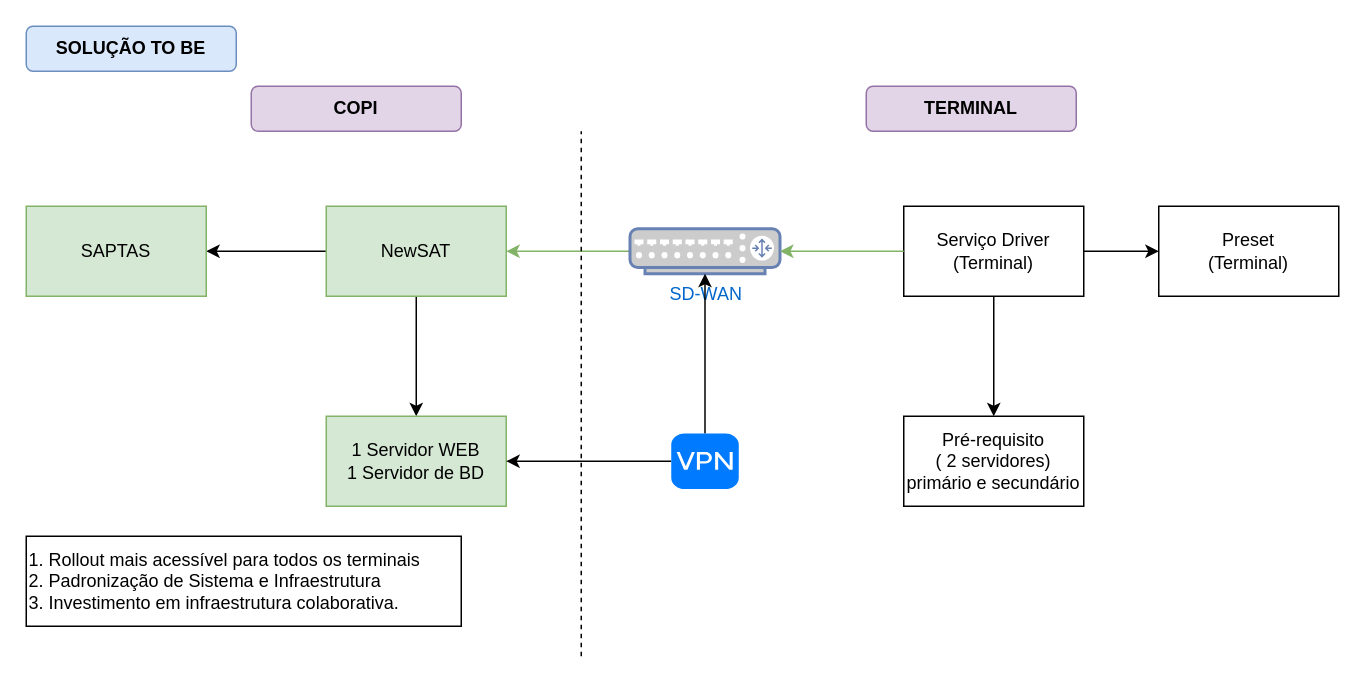
Earlier version of the draw.io diagram page "TO BE" (2 of 2) of NewSAT Show.drawio (anlugifa/drawio). Source tidied: cells renumbered, new cells numbered last; positions are measured from the earlier drawing's top-left corner, leaving out a move shared by most shapes. Both pictures are drawn from the tidied source at 150%, with x=0, y=0 at pixel (26, 26).
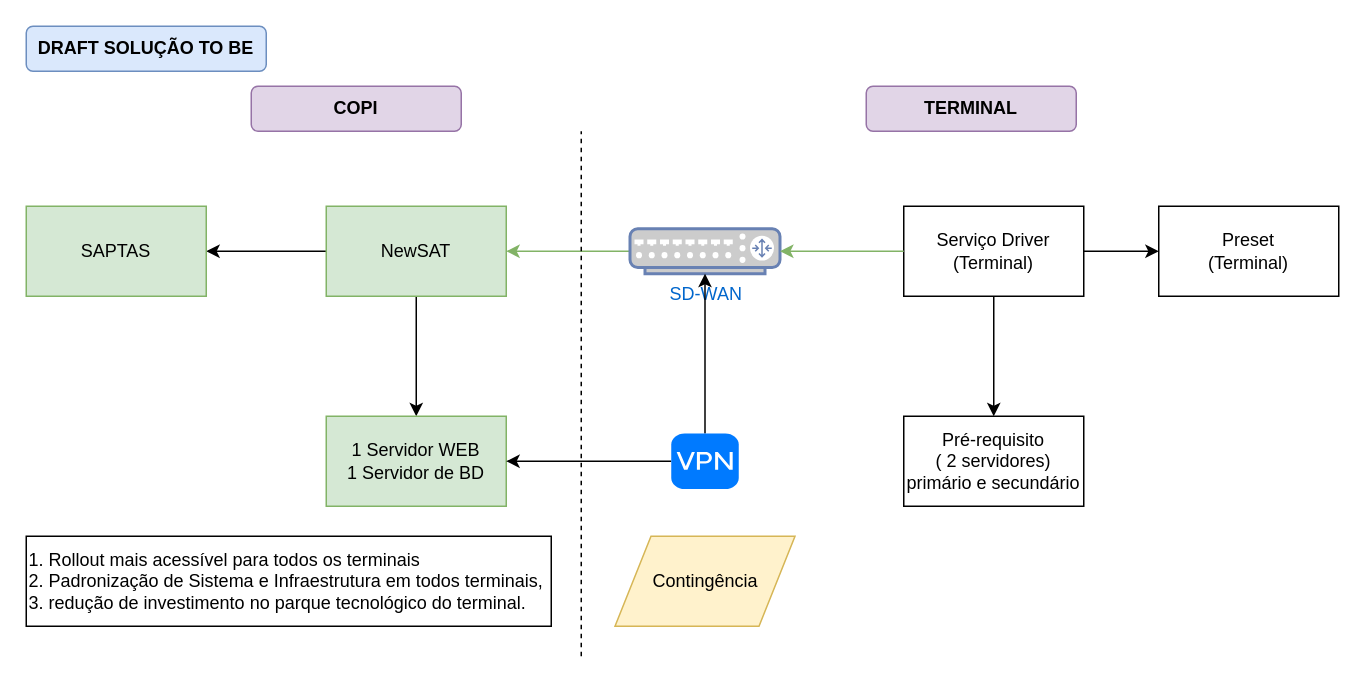
The same diagram, later.

The edit, as a diff of the source:
```diff
@@
-    <mxCell id="13" value="SOLUÇÃO TO BE" style="rounded=1;whiteSpace=wrap;html=1;fillColor=#dae8fc;strokeColor=#6c8ebf;fontStyle=1;" parent="1" vertex="1">
-      <mxGeometry width="140" height="30" as="geometry" />
+    <mxCell id="13" value="DRAFT SOLUÇÃO TO BE" style="rounded=1;whiteSpace=wrap;html=1;fillColor=#dae8fc;strokeColor=#6c8ebf;fontStyle=1;" parent="1" vertex="1">
+      <mxGeometry width="160" height="30" as="geometry" />
     </mxCell>
-    <mxCell id="14" value="1. Rollout mais acessível para todos os terminais&lt;br&gt;2. Padronização de Sistema e Infraestrutura&lt;br&gt;3. Investimento em infraestrutura colaborativa." style="rounded=0;whiteSpace=wrap;html=1;align=left;" parent="1" vertex="1">
-      <mxGeometry y="340" width="290" height="60" as="geometry" />
+    <mxCell id="14" value="1. Rollout mais acessível para todos os terminais&lt;br&gt;2. Padronização de Sistema e Infraestrutura em todos terminais,&lt;br&gt;3. redução de investimento no parque tecnológico do terminal." style="rounded=0;whiteSpace=wrap;html=1;align=left;" parent="1" vertex="1">
+      <mxGeometry y="340" width="350" height="60" as="geometry" />
     </mxCell>
@@
+    <mxCell id="23" value="Contingência" style="shape=parallelogram;perimeter=parallelogramPerimeter;whiteSpace=wrap;html=1;align=center;fillColor=#fff2cc;strokeColor=#d6b656;" parent="1" vertex="1">
+      <mxGeometry x="392.5" y="340" width="120" height="60" as="geometry" />
+    </mxCell>
```
